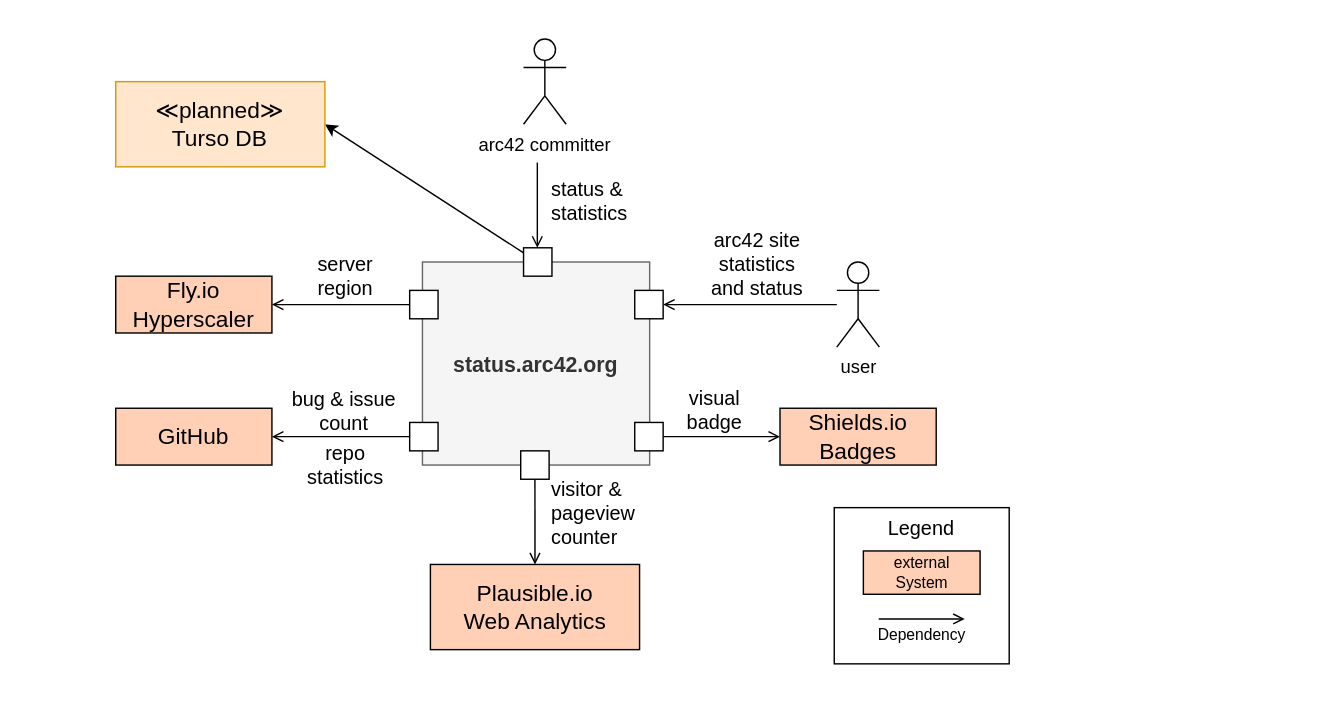
Earlier version of the draw.io diagram docs/3-context-status-arc42-org.drawio (arc42/status.arc42.org-site). Source tidied: cells renumbered, new cells numbered last; positions are measured from the earlier drawing's top-left corner, leaving out a move shared by most shapes. Both pictures are drawn from the tidied source at 142%, with x=0, y=0 at pixel (67, 24).
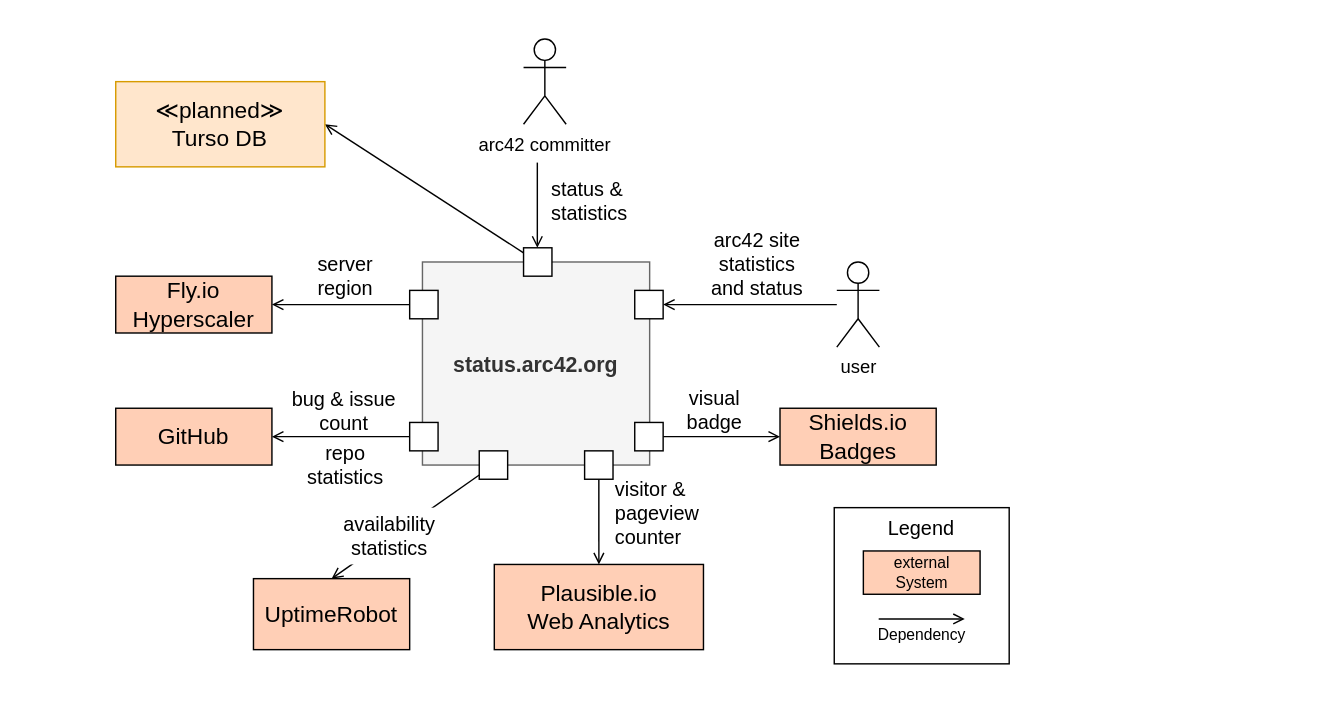
The same page after the edit.

The change refers to these unchanged cells:
```xml
<mxCell id="32" style="whiteSpace=wrap;html=1;" parent="1" vertex="1">
  <mxGeometry x="321.2" y="157" width="20" height="20" as="geometry" />
</mxCell>
<mxCell id="36" value="≪planned≫&lt;br&gt;Turso DB" style="rounded=0;whiteSpace=wrap;html=1;fontFamily=Mark Pro;fontSize=16;fillColor=#ffe6cc;strokeColor=#d79b00;" parent="1" vertex="1">
  <mxGeometry x="34" y="40" width="147.3" height="60" as="geometry" />
</mxCell>
```

What changed in the source:
```diff
@@
     <mxCell id="2" style="rounded=0;whiteSpace=wrap;html=1;strokeColor=none;" parent="1" vertex="1">
-      <mxGeometry width="700" height="460" as="geometry" />
+      <mxGeometry x="-30" width="700" height="460" as="geometry" />
     </mxCell>
@@
     <mxCell id="11" value="Plausible.io &lt;br&gt;Web Analytics" style="rounded=0;whiteSpace=wrap;html=1;fontFamily=Mark Pro;fontSize=16;fillColor=#FFCFB6;" parent="1" vertex="1">
-      <mxGeometry x="255.6" y="380" width="147.3" height="60" as="geometry" />
+      <mxGeometry x="300.6" y="380" width="147.3" height="60" as="geometry" />
     </mxCell>
@@
     <mxCell id="26" style="whiteSpace=wrap;html=1;" parent="1" vertex="1">
-      <mxGeometry x="319.2" y="300" width="20" height="20" as="geometry" />
+      <mxGeometry x="364.2" y="300" width="20" height="20" as="geometry" />
     </mxCell>
@@
     <mxCell id="30" value="&lt;font style=&quot;font-size: 14px;&quot;&gt;visitor &amp;amp;&lt;br&gt;pageview&amp;nbsp;&lt;br&gt;counter&lt;br&gt;&lt;/font&gt;" style="text;html=1;strokeColor=none;fillColor=none;align=left;verticalAlign=middle;whiteSpace=wrap;rounded=0;fontSize=14;fontFamily=Mark Pro;" parent="1" vertex="1">
-      <mxGeometry x="339.2" y="330" width="91.6" height="28" as="geometry" />
+      <mxGeometry x="384.2" y="330" width="91.6" height="28" as="geometry" />
     </mxCell>
-    <mxCell id="31" style="rounded=0;jettySize=auto;html=1;entryX=1;entryY=0.5;entryDx=0;entryDy=0;" parent="1" edge="1" source="32" target="36">
+    <mxCell id="31" style="rounded=0;jettySize=auto;html=1;entryX=1;entryY=0.5;entryDx=0;entryDy=0;endArrow=open;endFill=0;" parent="1" edge="1" source="32" target="36">
       <mxGeometry relative="1" as="geometry" />
     </mxCell>
@@
+    <mxCell id="38" value="UptimeRobot" style="rounded=0;whiteSpace=wrap;html=1;fontFamily=Mark Pro;fontSize=16;fillColor=#FFCFB6;" parent="1" vertex="1">
+      <mxGeometry x="131" y="390" width="110" height="50" as="geometry" />
+    </mxCell>
+    <mxCell id="39" style="whiteSpace=wrap;html=1;" parent="1" vertex="1">
+      <mxGeometry x="290" y="300" width="20" height="20" as="geometry" />
+    </mxCell>
+    <mxCell id="40" style="rounded=0;jettySize=auto;html=1;entryX=0.5;entryY=0;entryDx=0;entryDy=0;endArrow=open;endFill=0;" parent="1" edge="1" source="39" target="38">
+      <mxGeometry relative="1" as="geometry" />
+    </mxCell>
+    <mxCell id="41" value="&lt;font style=&quot;font-size: 14px;&quot;&gt;availability&lt;br&gt;statistics&lt;br&gt;&lt;/font&gt;" style="text;html=1;strokeColor=none;fillColor=default;align=center;verticalAlign=middle;whiteSpace=wrap;rounded=0;fontSize=14;fontFamily=Mark Pro;" parent="1" vertex="1">
+      <mxGeometry x="181.3" y="340" width="91.6" height="40" as="geometry" />
+    </mxCell>
```
